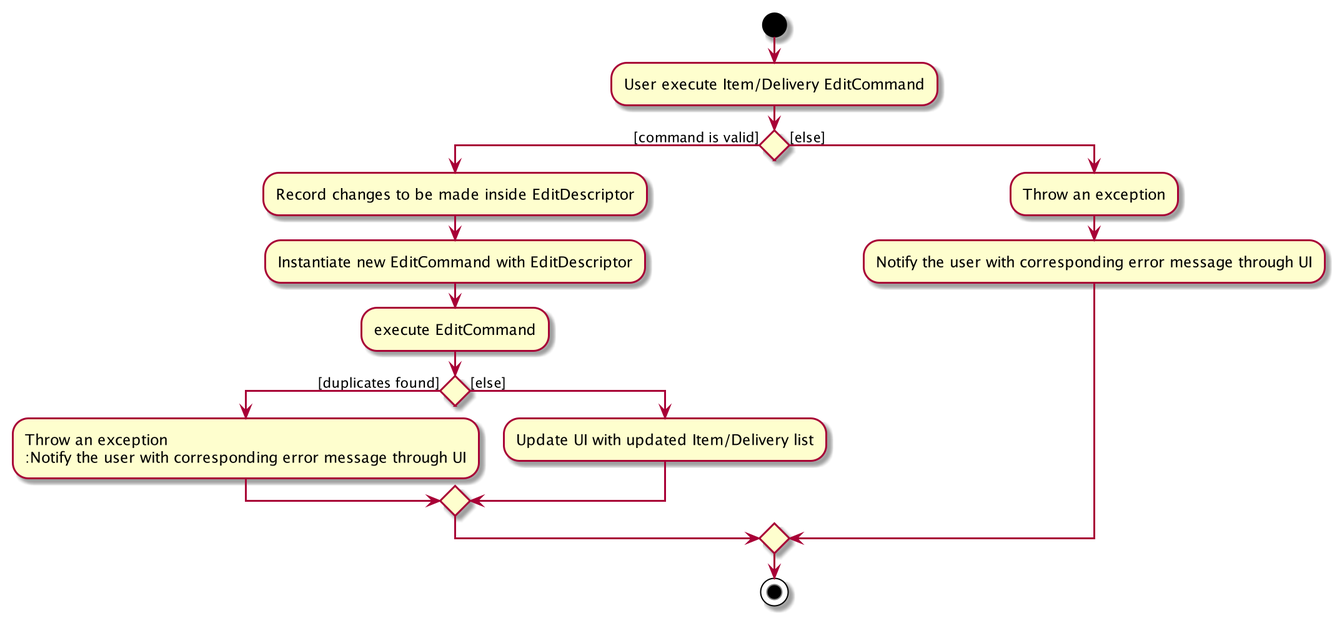
The PlantUML diagram docs/images/EditActivityDiagram.png in nus-cs2103-AY2021S1/tp, before a commit. Its source is kept beside it as docs/diagrams/EditActivityDiagram.puml.
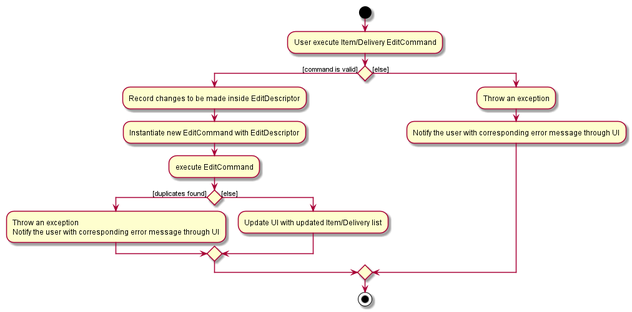
After the change.

What changed in the source:
```diff
@@ -8,7 +8,7 @@
 	:execute EditCommand;
 	if () then ([duplicates found])
 	:Throw an exception
-	:Notify the user with corresponding error message through UI;
+	Notify the user with corresponding error message through UI;
 	else ([else])
 	:Update UI with updated Item/Delivery list;
 	endif
```
